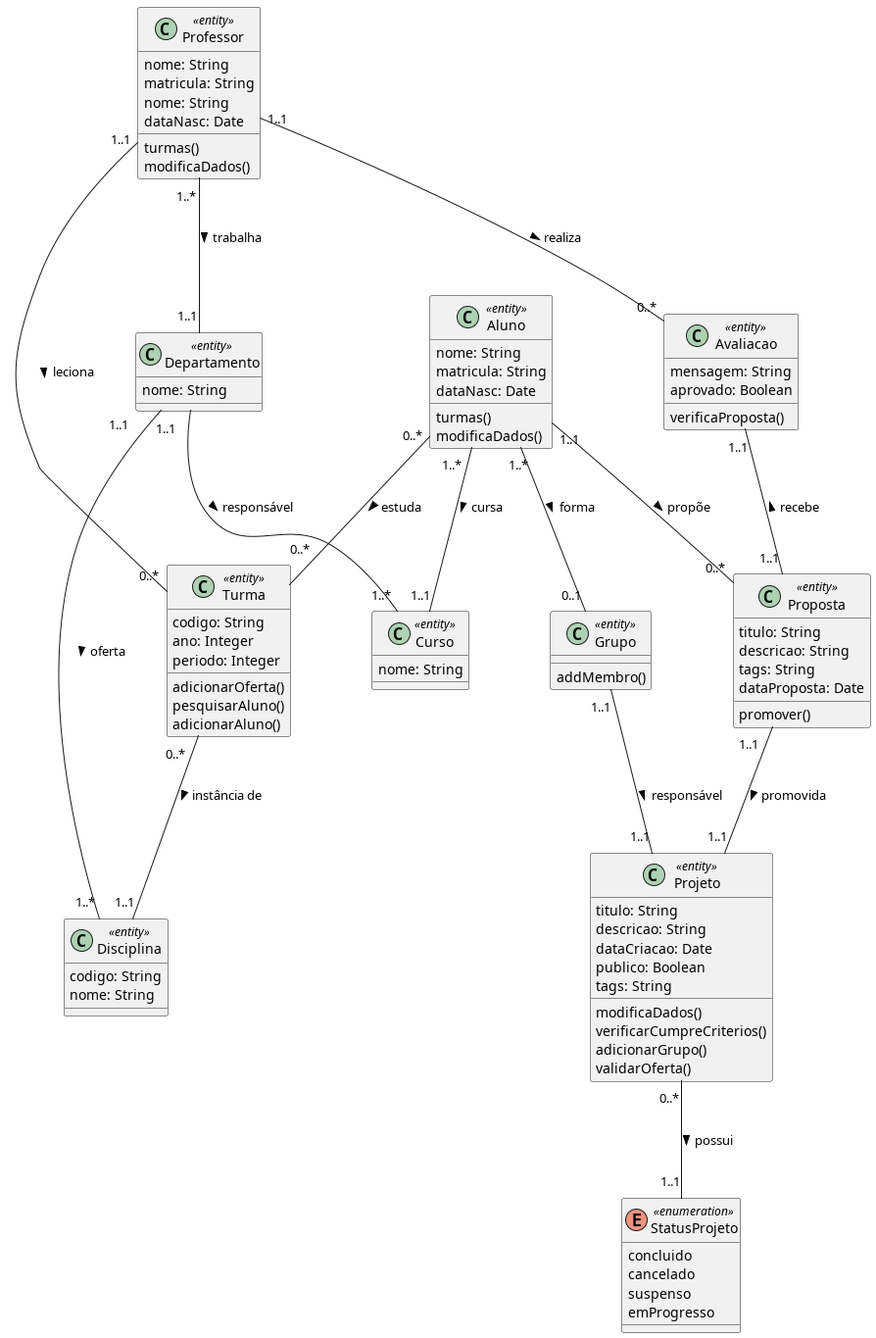
Before: diagramas/classe_projeto/base.png, a diagram exported from PlantUML (Pedro-V/projetorium).
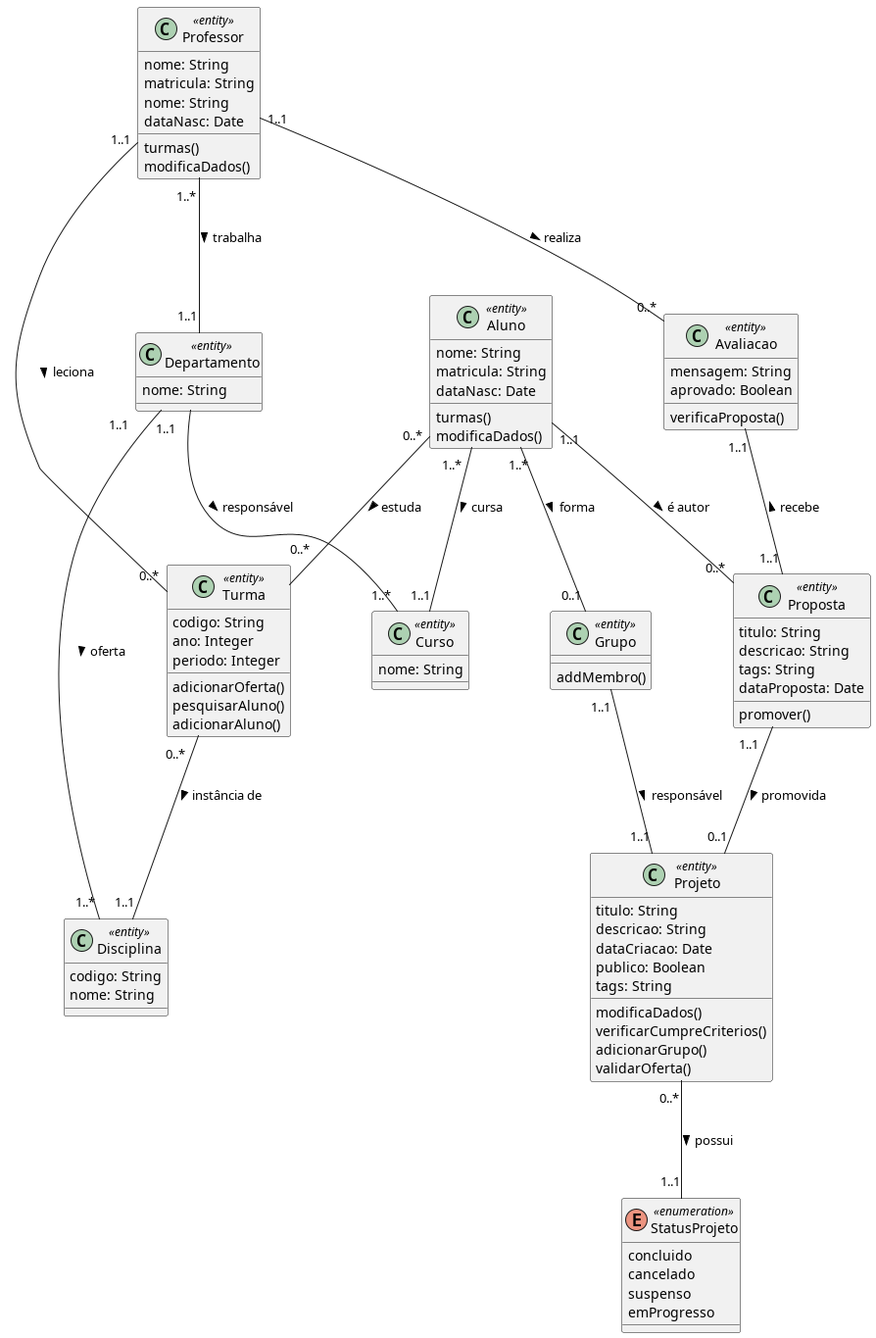
The same file after the commit.

Commit message:
Proposta e projeto associados

Change to the diagram source:
```diff
@@ -80,11 +80,11 @@
 Aluno "1..*" -- "1..1" Curso : cursa >
 Professor "1..*" -- "1..1" Departamento : trabalha >
 
-Proposta "1..1" -- "1..1" Projeto : promovida >
+Proposta "1..1" -- "0..1" Projeto : promovida >
 
 Aluno "1..*" -- "0..1" Grupo : forma >
 Aluno "0..*" -- "0..*" Turma : estuda >
-Aluno "1..1" -- "0..*" Proposta : propõe >
+Aluno "1..1" -- "0..*" Proposta : é autor >
 Avaliacao "1..1" -- "1..1" Proposta : recebe <
 
 Grupo "1..1" -- "1..1" Projeto : responsável >
```
